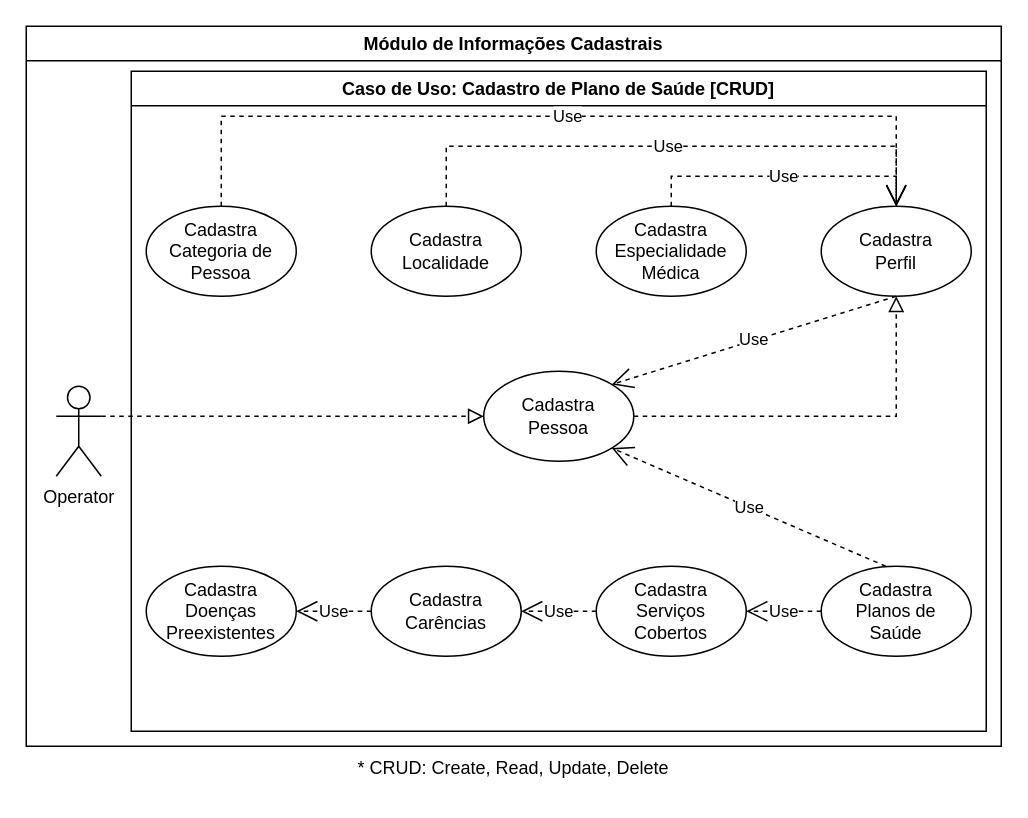
Earlier version of the draw.io diagram page "Cad-Plano-Saude" (2 of 3) of PUC-GISA-M1.drawio (kikoluiss/tcc-puc). Source tidied: cells renumbered, new cells numbered last; positions are measured from the earlier drawing's top-left corner, leaving out a move shared by most shapes. Both pictures are drawn from the tidied source at 150%, with x=0, y=0 at pixel (26, 26).
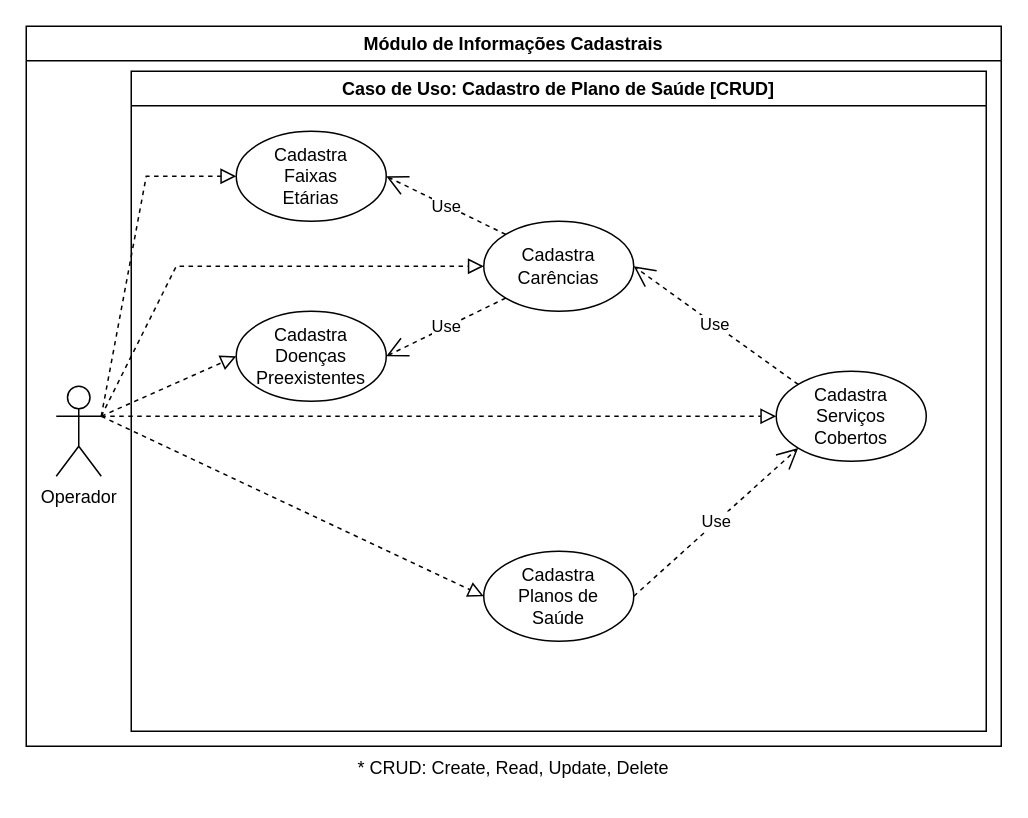
The same page after the edit.

The change refers to these unchanged cells:
```xml
<mxCell id="2" value="Módulo de Informações Cadastrais" style="swimlane;" parent="1" vertex="1">
  <mxGeometry width="650" height="480" as="geometry" />
</mxCell>
<mxCell id="4" value="Caso de Uso: Cadastro de Plano de Saúde [CRUD]" style="swimlane;" parent="2" vertex="1">
  <mxGeometry x="70" y="30" width="570" height="440" as="geometry" />
</mxCell>
```

What changed in the source:
```diff
@@
-    <mxCell id="3" value="Operator" style="shape=umlActor;verticalLabelPosition=bottom;verticalAlign=top;html=1;outlineConnect=0;" parent="2" vertex="1">
+    <mxCell id="3" value="Operador" style="shape=umlActor;verticalLabelPosition=bottom;verticalAlign=top;html=1;outlineConnect=0;" parent="2" vertex="1">
       <mxGeometry x="20" y="240" width="30" height="60" as="geometry" />
     </mxCell>
@@
-    <mxCell id="5" value="Cadastra Categoria de Pessoa" style="ellipse;whiteSpace=wrap;html=1;align=center;newEdgeStyle={&quot;edgeStyle&quot;:&quot;entityRelationEdgeStyle&quot;,&quot;startArrow&quot;:&quot;none&quot;,&quot;endArrow&quot;:&quot;none&quot;,&quot;segment&quot;:10,&quot;curved&quot;:1};" parent="4" vertex="1">
-      <mxGeometry x="10" y="90" width="100" height="60" as="geometry" />
-    </mxCell>
-    <mxCell id="6" value="Cadastra&lt;br&gt;Pessoa" style="ellipse;whiteSpace=wrap;html=1;align=center;newEdgeStyle={&quot;edgeStyle&quot;:&quot;entityRelationEdgeStyle&quot;,&quot;startArrow&quot;:&quot;none&quot;,&quot;endArrow&quot;:&quot;none&quot;,&quot;segment&quot;:10,&quot;curved&quot;:1};" parent="4" vertex="1">
-      <mxGeometry x="235" y="200" width="100" height="60" as="geometry" />
-    </mxCell>
-    <mxCell id="7" value="Cadastra&lt;br&gt;Perfil" style="ellipse;whiteSpace=wrap;html=1;align=center;newEdgeStyle={&quot;edgeStyle&quot;:&quot;entityRelationEdgeStyle&quot;,&quot;startArrow&quot;:&quot;none&quot;,&quot;endArrow&quot;:&quot;none&quot;,&quot;segment&quot;:10,&quot;curved&quot;:1};" parent="4" vertex="1">
-      <mxGeometry x="460" y="90" width="100" height="60" as="geometry" />
-    </mxCell>
-    <mxCell id="8" value="Cadastra&lt;br&gt;Localidade" style="ellipse;whiteSpace=wrap;html=1;align=center;newEdgeStyle={&quot;edgeStyle&quot;:&quot;entityRelationEdgeStyle&quot;,&quot;startArrow&quot;:&quot;none&quot;,&quot;endArrow&quot;:&quot;none&quot;,&quot;segment&quot;:10,&quot;curved&quot;:1};" parent="4" vertex="1">
-      <mxGeometry x="160" y="90" width="100" height="60" as="geometry" />
-    </mxCell>
     <mxCell id="9" value="Cadastra&lt;br&gt;Planos de&lt;br&gt;Saúde" style="ellipse;whiteSpace=wrap;html=1;align=center;newEdgeStyle={&quot;edgeStyle&quot;:&quot;entityRelationEdgeStyle&quot;,&quot;startArrow&quot;:&quot;none&quot;,&quot;endArrow&quot;:&quot;none&quot;,&quot;segment&quot;:10,&quot;curved&quot;:1};" parent="4" vertex="1">
-      <mxGeometry x="460" y="330" width="100" height="60" as="geometry" />
+      <mxGeometry x="235" y="320" width="100" height="60" as="geometry" />
     </mxCell>
     <mxCell id="10" value="Cadastra&lt;br&gt;Serviços&lt;br&gt;Cobertos" style="ellipse;whiteSpace=wrap;html=1;align=center;newEdgeStyle={&quot;edgeStyle&quot;:&quot;entityRelationEdgeStyle&quot;,&quot;startArrow&quot;:&quot;none&quot;,&quot;endArrow&quot;:&quot;none&quot;,&quot;segment&quot;:10,&quot;curved&quot;:1};" parent="4" vertex="1">
-      <mxGeometry x="310" y="330" width="100" height="60" as="geometry" />
+      <mxGeometry x="430" y="200" width="100" height="60" as="geometry" />
     </mxCell>
     <mxCell id="11" value="Cadastra Doenças Preexistentes" style="ellipse;whiteSpace=wrap;html=1;align=center;newEdgeStyle={&quot;edgeStyle&quot;:&quot;entityRelationEdgeStyle&quot;,&quot;startArrow&quot;:&quot;none&quot;,&quot;endArrow&quot;:&quot;none&quot;,&quot;segment&quot;:10,&quot;curved&quot;:1};" parent="4" vertex="1">
-      <mxGeometry x="10" y="330" width="100" height="60" as="geometry" />
+      <mxGeometry x="70" y="160" width="100" height="60" as="geometry" />
     </mxCell>
     <mxCell id="12" value="Cadastra Carências" style="ellipse;whiteSpace=wrap;html=1;align=center;newEdgeStyle={&quot;edgeStyle&quot;:&quot;entityRelationEdgeStyle&quot;,&quot;startArrow&quot;:&quot;none&quot;,&quot;endArrow&quot;:&quot;none&quot;,&quot;segment&quot;:10,&quot;curved&quot;:1};" parent="4" vertex="1">
-      <mxGeometry x="160" y="330" width="100" height="60" as="geometry" />
+      <mxGeometry x="235" y="100" width="100" height="60" as="geometry" />
     </mxCell>
-    <mxCell id="13" value="Use" style="endArrow=open;endSize=12;dashed=1;html=1;rounded=0;exitX=0.5;exitY=0;exitDx=0;exitDy=0;entryX=0.5;entryY=0;entryDx=0;entryDy=0;" parent="4" edge="1" source="5" target="7">
-      <mxGeometry x="0.02" relative="1" as="geometry">
-        <Array as="points">
-          <mxPoint x="60" y="30" />
-          <mxPoint x="510" y="30" />
-        </Array>
-      </mxGeometry>
-    </mxCell>
-    <mxCell id="14" value="Use" style="endArrow=open;endSize=12;dashed=1;html=1;rounded=0;exitX=0.5;exitY=0;exitDx=0;exitDy=0;entryX=0.5;entryY=0;entryDx=0;entryDy=0;" parent="4" edge="1" source="17" target="7">
-      <mxGeometry relative="1" as="geometry">
-        <Array as="points">
-          <mxPoint x="360" y="70" />
-          <mxPoint x="510" y="70" />
-        </Array>
-      </mxGeometry>
-    </mxCell>
-    <mxCell id="15" value="Use" style="endArrow=open;endSize=12;dashed=1;html=1;rounded=0;startArrow=none;exitX=0.5;exitY=1;exitDx=0;exitDy=0;entryX=1;entryY=0;entryDx=0;entryDy=0;" parent="4" edge="1" source="7" target="6">
-      <mxGeometry relative="1" as="geometry" />
-    </mxCell>
-    <mxCell id="16" value="Use" style="endArrow=open;endSize=12;dashed=1;html=1;rounded=0;exitX=0.5;exitY=0;exitDx=0;exitDy=0;entryX=0.5;entryY=0;entryDx=0;entryDy=0;" parent="4" edge="1" source="8" target="7">
-      <mxGeometry x="-0.01" relative="1" as="geometry">
-        <Array as="points">
-          <mxPoint x="210" y="50" />
-          <mxPoint x="510" y="50" />
-        </Array>
-      </mxGeometry>
-    </mxCell>
-    <mxCell id="17" value="Cadastra&lt;br&gt;Especialidade&lt;br&gt;Médica" style="ellipse;whiteSpace=wrap;html=1;align=center;newEdgeStyle={&quot;edgeStyle&quot;:&quot;entityRelationEdgeStyle&quot;,&quot;startArrow&quot;:&quot;none&quot;,&quot;endArrow&quot;:&quot;none&quot;,&quot;segment&quot;:10,&quot;curved&quot;:1};" parent="4" vertex="1">
-      <mxGeometry x="310" y="90" width="100" height="60" as="geometry" />
-    </mxCell>
-    <mxCell id="18" style="endArrow=block;startArrow=none;endFill=0;startFill=0;endSize=8;html=1;verticalAlign=bottom;dashed=1;labelBackgroundColor=none;rounded=0;exitX=1;exitY=0.5;exitDx=0;exitDy=0;entryX=0.5;entryY=1;entryDx=0;entryDy=0;" parent="4" edge="1" source="6" target="7">
-      <mxGeometry relative="1" as="geometry">
-        <Array as="points">
-          <mxPoint x="510" y="230" />
-        </Array>
-      </mxGeometry>
-    </mxCell>
-    <mxCell id="19" value="Use" style="endArrow=open;endSize=12;dashed=1;html=1;rounded=0;exitX=0;exitY=0.5;exitDx=0;exitDy=0;entryX=1;entryY=0.5;entryDx=0;entryDy=0;" parent="4" edge="1" source="12" target="11">
+    <mxCell id="19" value="Use" style="endArrow=open;endSize=12;dashed=1;html=1;rounded=0;exitX=0;exitY=1;exitDx=0;exitDy=0;entryX=1;entryY=0.5;entryDx=0;entryDy=0;" parent="4" edge="1" source="12" target="11">
       <mxGeometry relative="1" as="geometry" />
     </mxCell>
-    <mxCell id="20" value="Use" style="endArrow=open;endSize=12;dashed=1;html=1;rounded=0;exitX=0;exitY=0.5;exitDx=0;exitDy=0;entryX=1;entryY=0.5;entryDx=0;entryDy=0;" parent="4" edge="1" source="10" target="12">
+    <mxCell id="20" value="Use" style="endArrow=open;endSize=12;dashed=1;html=1;rounded=0;exitX=0;exitY=0;exitDx=0;exitDy=0;entryX=1;entryY=0.5;entryDx=0;entryDy=0;" parent="4" edge="1" source="10" target="12">
       <mxGeometry relative="1" as="geometry" />
     </mxCell>
-    <mxCell id="21" value="Use" style="endArrow=open;endSize=12;dashed=1;html=1;rounded=0;exitX=0;exitY=0.5;exitDx=0;exitDy=0;entryX=1;entryY=0.5;entryDx=0;entryDy=0;" parent="4" edge="1" source="9" target="10">
+    <mxCell id="21" value="Use" style="endArrow=open;endSize=12;dashed=1;html=1;rounded=0;exitX=1;exitY=0.5;exitDx=0;exitDy=0;entryX=0;entryY=1;entryDx=0;entryDy=0;" parent="4" edge="1" source="9" target="10">
       <mxGeometry relative="1" as="geometry" />
     </mxCell>
-    <mxCell id="22" value="Use" style="endArrow=open;endSize=12;dashed=1;html=1;rounded=0;entryX=1;entryY=1;entryDx=0;entryDy=0;startArrow=none;exitX=0.43;exitY=0;exitDx=0;exitDy=0;exitPerimeter=0;" parent="4" edge="1" source="9" target="6">
-      <mxGeometry relative="1" as="geometry" />
-    </mxCell>
+    <mxCell id="25" value="Cadastra&lt;br&gt;Faixas&lt;br&gt;Etárias" style="ellipse;whiteSpace=wrap;html=1;align=center;newEdgeStyle={&quot;edgeStyle&quot;:&quot;entityRelationEdgeStyle&quot;,&quot;startArrow&quot;:&quot;none&quot;,&quot;endArrow&quot;:&quot;none&quot;,&quot;segment&quot;:10,&quot;curved&quot;:1};" parent="4" vertex="1">
+      <mxGeometry x="70" y="40" width="100" height="60" as="geometry" />
+    </mxCell>
+    <mxCell id="26" value="Use" style="endArrow=open;endSize=12;dashed=1;html=1;rounded=0;exitX=0;exitY=0;exitDx=0;exitDy=0;entryX=1;entryY=0.5;entryDx=0;entryDy=0;" parent="4" edge="1" source="12" target="25">
+      <mxGeometry relative="1" as="geometry" />
+    </mxCell>
-    <mxCell id="23" style="endArrow=block;startArrow=none;endFill=0;startFill=0;endSize=8;html=1;verticalAlign=bottom;dashed=1;labelBackgroundColor=none;rounded=0;entryX=0;entryY=0.5;entryDx=0;entryDy=0;exitX=1;exitY=0.3333333333333333;exitDx=0;exitDy=0;exitPerimeter=0;" parent="2" edge="1" source="3" target="6">
+    <mxCell id="23" style="endArrow=block;startArrow=none;endFill=0;startFill=0;endSize=8;html=1;verticalAlign=bottom;dashed=1;labelBackgroundColor=none;rounded=0;entryX=0;entryY=0.5;entryDx=0;entryDy=0;exitX=1;exitY=0.3333333333333333;exitDx=0;exitDy=0;exitPerimeter=0;" parent="2" edge="1" source="3" target="9">
       <mxGeometry relative="1" as="geometry" />
     </mxCell>
+    <mxCell id="27" style="endArrow=block;startArrow=none;endFill=0;startFill=0;endSize=8;html=1;verticalAlign=bottom;dashed=1;labelBackgroundColor=none;rounded=0;entryX=0;entryY=0.5;entryDx=0;entryDy=0;exitX=1;exitY=0.3333333333333333;exitDx=0;exitDy=0;exitPerimeter=0;" parent="2" edge="1" source="3" target="10">
+      <mxGeometry relative="1" as="geometry" />
+    </mxCell>
+    <mxCell id="28" style="endArrow=block;startArrow=none;endFill=0;startFill=0;endSize=8;html=1;verticalAlign=bottom;dashed=1;labelBackgroundColor=none;rounded=0;entryX=0;entryY=0.5;entryDx=0;entryDy=0;exitX=1;exitY=0.3333333333333333;exitDx=0;exitDy=0;exitPerimeter=0;" parent="2" edge="1" source="3" target="11">
+      <mxGeometry relative="1" as="geometry" />
+    </mxCell>
+    <mxCell id="29" style="endArrow=block;startArrow=none;endFill=0;startFill=0;endSize=8;html=1;verticalAlign=bottom;dashed=1;labelBackgroundColor=none;rounded=0;entryX=0;entryY=0.5;entryDx=0;entryDy=0;exitX=1;exitY=0.3333333333333333;exitDx=0;exitDy=0;exitPerimeter=0;" parent="2" edge="1" source="3" target="12">
+      <mxGeometry relative="1" as="geometry">
+        <Array as="points">
+          <mxPoint x="100" y="160" />
+        </Array>
+      </mxGeometry>
+    </mxCell>
+    <mxCell id="30" style="endArrow=block;startArrow=none;endFill=0;startFill=0;endSize=8;html=1;verticalAlign=bottom;dashed=1;labelBackgroundColor=none;rounded=0;entryX=0;entryY=0.5;entryDx=0;entryDy=0;exitX=1;exitY=0.3333333333333333;exitDx=0;exitDy=0;exitPerimeter=0;" parent="2" edge="1" source="3" target="25">
+      <mxGeometry relative="1" as="geometry">
+        <Array as="points">
+          <mxPoint x="80" y="100" />
+        </Array>
+      </mxGeometry>
+    </mxCell>
```
